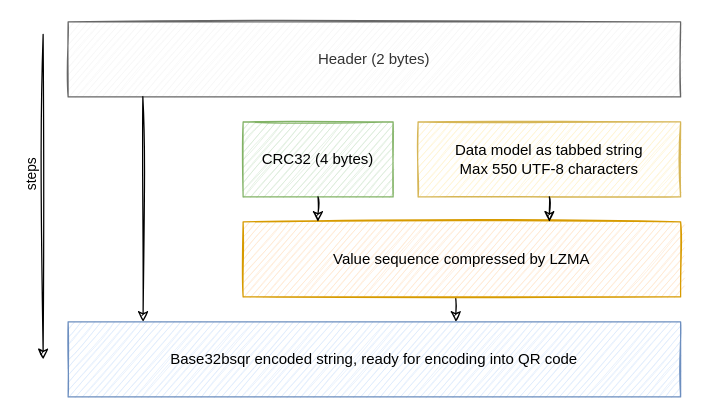
Before: uml/logic.drawio in xseman/bysquare, a draw.io diagram. Source tidied: cells renumbered, new cells numbered last; positions are measured from the earlier drawing's top-left corner, leaving out a move shared by most shapes. Both pictures are drawn from the tidied source at 125%, with x=0, y=0 at pixel (42, 21).
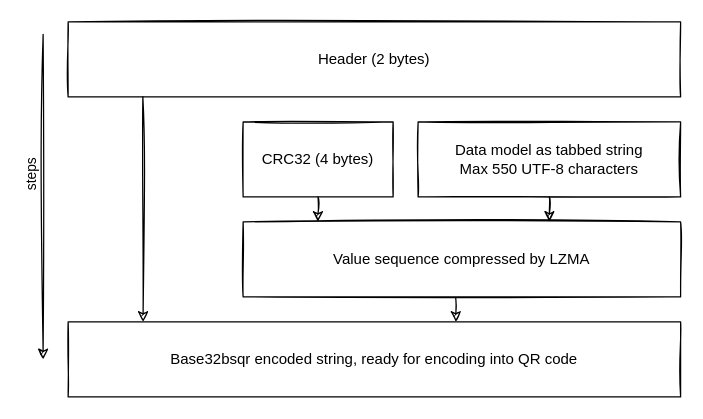
After the change.

The edit, as a diff of the source:
```diff
@@
 <mxGraphModel>
   <root>
     <mxCell id="0" />
     <mxCell id="1" parent="0" />
-    <mxCell id="2" value="Header (2 bytes)" style="rounded=0;whiteSpace=wrap;html=1;sketch=1;fillColor=#f5f5f5;strokeColor=#666666;fontColor=#333333;" parent="1" vertex="1">
+    <mxCell id="2" value="Header (2 bytes)" style="rounded=0;whiteSpace=wrap;html=1;sketch=1;" parent="1" vertex="1">
       <mxGeometry x="20" width="490" height="60" as="geometry" />
     </mxCell>
     <mxCell id="3" style="edgeStyle=none;html=1;exitX=0.122;exitY=0.998;exitDx=0;exitDy=0;sketch=1;exitPerimeter=0;" parent="1" edge="1" source="2">
       <mxGeometry relative="1" as="geometry">
         <mxPoint x="80" y="240" as="targetPoint" />
       </mxGeometry>
     </mxCell>
-    <mxCell id="4" value="CRC32 (4 bytes)" style="rounded=0;whiteSpace=wrap;html=1;sketch=1;fillColor=#d5e8d4;strokeColor=#82b366;" parent="1" vertex="1">
+    <mxCell id="4" value="CRC32 (4 bytes)" style="rounded=0;whiteSpace=wrap;html=1;sketch=1;" parent="1" vertex="1">
       <mxGeometry x="160" y="80" width="120" height="60" as="geometry" />
     </mxCell>
-    <mxCell id="5" value="Data model as tabbed string&lt;br&gt;Max 550 UTF-8 characters" style="rounded=0;whiteSpace=wrap;html=1;sketch=1;fillColor=#fff2cc;strokeColor=#d6b656;" parent="1" vertex="1">
+    <mxCell id="5" value="Data model as tabbed string&lt;br&gt;Max 550 UTF-8 characters" style="rounded=0;whiteSpace=wrap;html=1;sketch=1;" parent="1" vertex="1">
       <mxGeometry x="300" y="80" width="210" height="60" as="geometry" />
     </mxCell>
     <mxCell id="6" style="edgeStyle=none;html=1;exitX=0.486;exitY=1.02;exitDx=0;exitDy=0;sketch=1;exitPerimeter=0;entryX=0.633;entryY=0;entryDx=0;entryDy=0;entryPerimeter=0;" parent="1" edge="1" source="7" target="8">
       <mxGeometry relative="1" as="geometry" />
     </mxCell>
-    <mxCell id="7" value="Value sequence compressed by LZMA" style="rounded=0;whiteSpace=wrap;html=1;sketch=1;fillColor=#ffe6cc;strokeColor=#d79b00;" parent="1" vertex="1">
+    <mxCell id="7" value="Value sequence compressed by LZMA" style="rounded=0;whiteSpace=wrap;html=1;sketch=1;" parent="1" vertex="1">
       <mxGeometry x="160" y="160" width="350" height="60" as="geometry" />
     </mxCell>
-    <mxCell id="8" value="Base32bsqr encoded string, ready for encoding into QR code" style="rounded=0;whiteSpace=wrap;html=1;sketch=1;fillColor=#dae8fc;strokeColor=#6c8ebf;" parent="1" vertex="1">
+    <mxCell id="8" value="Base32bsqr encoded string, ready for encoding into QR code" style="rounded=0;whiteSpace=wrap;html=1;sketch=1;" parent="1" vertex="1">
       <mxGeometry x="20" y="240" width="490" height="60" as="geometry" />
     </mxCell>
     <mxCell id="9" style="edgeStyle=none;html=1;sketch=1;entryX=0.171;entryY=0;entryDx=0;entryDy=0;entryPerimeter=0;" parent="1" edge="1" source="4" target="7">
       <mxGeometry relative="1" as="geometry" />
     </mxCell>
     <mxCell id="10" style="edgeStyle=none;html=1;sketch=1;entryX=0.7;entryY=0;entryDx=0;entryDy=0;entryPerimeter=0;" parent="1" edge="1" source="5" target="7">
       <mxGeometry relative="1" as="geometry" />
     </mxCell>
     <mxCell id="11" style="endArrow=classic;html=1;labelBorderColor=none;sketch=1;" parent="1" edge="1">
       <mxGeometry relative="1" as="geometry">
         <mxPoint y="10" as="sourcePoint" />
         <mxPoint y="270" as="targetPoint" />
       </mxGeometry>
     </mxCell>
     <mxCell id="12" value="steps" style="edgeLabel;align=center;verticalAlign=bottom;html=1;horizontal=0;" parent="11" vertex="1">
       <mxGeometry x="-0.13" y="-2" relative="1" as="geometry" />
     </mxCell>
   </root>
 </mxGraphModel>
```
